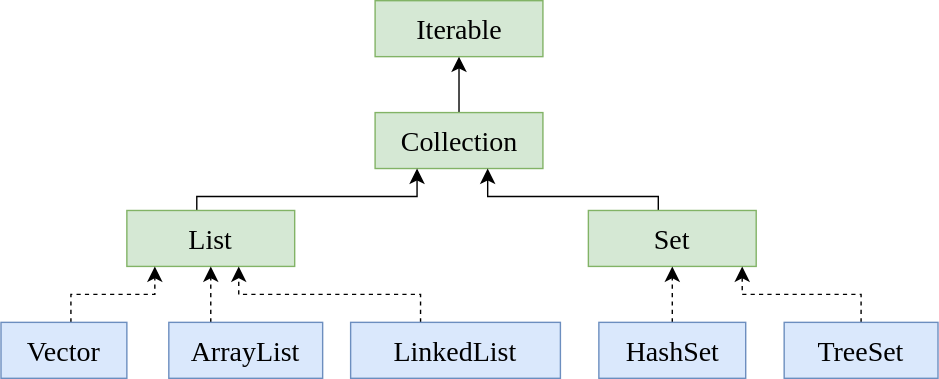
Before: drawio/ListMind.svg, a diagram exported from draw.io (Stolorzs/Picgo). Source tidied: cells renumbered, new cells last; positions are measured from the earlier drawing's top-left corner, leaving out a move shared by most shapes. The source it was exported from:
```xml
<mxGraphModel>
  <root>
    <mxCell id="0" />
    <mxCell id="1" parent="0" />
    <mxCell id="2" value="&lt;font face=&quot;Times New Roman&quot; style=&quot;font-size: 20px;&quot;&gt;Iterable&lt;/font&gt;" style="rounded=0;whiteSpace=wrap;html=1;fillColor=#d5e8d4;strokeColor=#82b366;fontStyle=0;fontSize=20;" parent="1" vertex="1">
      <mxGeometry x="267.5" width="120" height="40" as="geometry" />
    </mxCell>
    <mxCell id="3" style="edgeStyle=orthogonalEdgeStyle;rounded=0;jettySize=auto;html=1;entryX=0.5;entryY=1;entryDx=0;entryDy=0;fontSize=12;startSize=8;endSize=8;" parent="1" edge="1" source="4" target="2">
      <mxGeometry relative="1" as="geometry" />
    </mxCell>
    <mxCell id="4" value="&lt;font face=&quot;Times New Roman&quot; style=&quot;font-size: 20px;&quot;&gt;Collection&lt;/font&gt;" style="rounded=0;whiteSpace=wrap;html=1;fillColor=#d5e8d4;strokeColor=#82b366;fontStyle=0;fontSize=20;" parent="1" vertex="1">
      <mxGeometry x="267.5" y="80" width="120" height="40" as="geometry" />
    </mxCell>
    <mxCell id="5" style="edgeStyle=orthogonalEdgeStyle;rounded=0;jettySize=auto;html=1;fontSize=12;startSize=8;endSize=8;strokeColor=default;align=center;verticalAlign=middle;fontFamily=Helvetica;fontColor=default;labelBackgroundColor=default;endArrow=classic;entryX=0.25;entryY=1;entryDx=0;entryDy=0;" parent="1" edge="1" target="4">
      <mxGeometry relative="1" as="geometry">
        <mxPoint x="140" y="160" as="sourcePoint" />
        <Array as="points">
          <mxPoint x="140" y="140" />
          <mxPoint x="298" y="140" />
        </Array>
      </mxGeometry>
    </mxCell>
    <mxCell id="6" value="&lt;font face=&quot;Times New Roman&quot; style=&quot;font-size: 20px;&quot;&gt;List&lt;/font&gt;" style="rounded=0;whiteSpace=wrap;html=1;fillColor=#d5e8d4;strokeColor=#82b366;fontStyle=0;fontSize=20;" parent="1" vertex="1">
      <mxGeometry x="90" y="150" width="120" height="40" as="geometry" />
    </mxCell>
    <mxCell id="7" style="edgeStyle=orthogonalEdgeStyle;rounded=0;jettySize=auto;html=1;fontSize=12;startSize=8;endSize=8;" parent="1" edge="1" source="8" target="4">
      <mxGeometry relative="1" as="geometry">
        <Array as="points">
          <mxPoint x="470" y="140" />
          <mxPoint x="348" y="140" />
        </Array>
      </mxGeometry>
    </mxCell>
    <mxCell id="8" value="&lt;font face=&quot;Times New Roman&quot;&gt;Set&lt;/font&gt;" style="rounded=0;whiteSpace=wrap;html=1;fillColor=#d5e8d4;strokeColor=#82b366;fontStyle=0;fontSize=20;" parent="1" vertex="1">
      <mxGeometry x="420" y="150" width="120" height="40" as="geometry" />
    </mxCell>
    <mxCell id="9" style="edgeStyle=orthogonalEdgeStyle;rounded=0;jettySize=auto;html=1;fontSize=12;startSize=8;endSize=8;dashed=1;strokeColor=default;align=center;verticalAlign=middle;fontFamily=Helvetica;fontColor=default;labelBackgroundColor=default;endArrow=classic;" parent="1" edge="1" source="10">
      <mxGeometry relative="1" as="geometry">
        <mxPoint x="110" y="190" as="targetPoint" />
        <Array as="points">
          <mxPoint x="50" y="210" />
          <mxPoint x="110" y="210" />
          <mxPoint x="110" y="190" />
        </Array>
      </mxGeometry>
    </mxCell>
    <mxCell id="10" value="&lt;span style=&quot;font-family: &amp;quot;Times New Roman&amp;quot;;&quot;&gt;Vector&lt;/span&gt;" style="rounded=0;whiteSpace=wrap;html=1;fillColor=#dae8fc;strokeColor=#6c8ebf;fontStyle=0;fontSize=20;" parent="1" vertex="1">
      <mxGeometry y="230" width="90" height="40" as="geometry" />
    </mxCell>
    <mxCell id="11" style="edgeStyle=orthogonalEdgeStyle;rounded=0;jettySize=auto;html=1;fontSize=12;startSize=8;endSize=8;dashed=1;strokeColor=default;align=center;verticalAlign=middle;fontFamily=Helvetica;fontColor=default;labelBackgroundColor=default;endArrow=classic;" parent="1" edge="1" source="12" target="6">
      <mxGeometry relative="1" as="geometry">
        <Array as="points">
          <mxPoint x="150" y="220" />
          <mxPoint x="150" y="220" />
        </Array>
      </mxGeometry>
    </mxCell>
    <mxCell id="12" value="&lt;span style=&quot;font-family: &amp;quot;Times New Roman&amp;quot;;&quot;&gt;ArrayList&lt;/span&gt;" style="rounded=0;whiteSpace=wrap;html=1;fillColor=#dae8fc;strokeColor=#6c8ebf;fontStyle=0;fontSize=20;" parent="1" vertex="1">
      <mxGeometry x="120" y="230" width="110" height="40" as="geometry" />
    </mxCell>
    <mxCell id="13" style="edgeStyle=orthogonalEdgeStyle;rounded=0;jettySize=auto;html=1;fontSize=12;startSize=8;endSize=8;dashed=1;strokeColor=default;align=center;verticalAlign=middle;fontFamily=Helvetica;fontColor=default;labelBackgroundColor=default;endArrow=classic;" parent="1" edge="1" source="14">
      <mxGeometry relative="1" as="geometry">
        <mxPoint x="170" y="190" as="targetPoint" />
        <Array as="points">
          <mxPoint x="300" y="210" />
          <mxPoint x="170" y="210" />
          <mxPoint x="170" y="190" />
        </Array>
      </mxGeometry>
    </mxCell>
    <mxCell id="14" value="&lt;font face=&quot;Times New Roman&quot; style=&quot;font-size: 20px;&quot;&gt;LinkedList&lt;/font&gt;" style="rounded=0;whiteSpace=wrap;html=1;fillColor=#dae8fc;strokeColor=#6c8ebf;fontStyle=0;fontSize=20;" parent="1" vertex="1">
      <mxGeometry x="250" y="230" width="150" height="40" as="geometry" />
    </mxCell>
    <mxCell id="15" style="edgeStyle=orthogonalEdgeStyle;rounded=0;jettySize=auto;html=1;fontSize=12;startSize=8;endSize=8;dashed=1;strokeColor=default;align=center;verticalAlign=middle;fontFamily=Helvetica;fontColor=default;labelBackgroundColor=default;endArrow=classic;" parent="1" edge="1" source="16" target="8">
      <mxGeometry relative="1" as="geometry" />
    </mxCell>
    <mxCell id="16" value="&lt;font face=&quot;Times New Roman&quot; style=&quot;font-size: 20px;&quot;&gt;HashSet&lt;/font&gt;" style="rounded=0;whiteSpace=wrap;html=1;fillColor=#dae8fc;strokeColor=#6c8ebf;fontStyle=0;fontSize=20;" parent="1" vertex="1">
      <mxGeometry x="427.5" y="230" width="105" height="40" as="geometry" />
    </mxCell>
    <mxCell id="17" style="edgeStyle=orthogonalEdgeStyle;rounded=0;jettySize=auto;html=1;fontSize=12;startSize=8;endSize=8;dashed=1;strokeColor=default;align=center;verticalAlign=middle;fontFamily=Helvetica;fontColor=default;labelBackgroundColor=default;endArrow=classic;" parent="1" edge="1" source="18">
      <mxGeometry relative="1" as="geometry">
        <mxPoint x="530" y="190" as="targetPoint" />
        <Array as="points">
          <mxPoint x="615" y="210" />
          <mxPoint x="530" y="210" />
        </Array>
      </mxGeometry>
    </mxCell>
    <mxCell id="18" value="&lt;font face=&quot;Times New Roman&quot; style=&quot;font-size: 20px;&quot;&gt;TreeSet&lt;/font&gt;" style="rounded=0;whiteSpace=wrap;html=1;fillColor=#dae8fc;strokeColor=#6c8ebf;fontStyle=0;fontSize=20;" parent="1" vertex="1">
      <mxGeometry x="560" y="230" width="110" height="40" as="geometry" />
    </mxCell>
  </root>
</mxGraphModel>
```
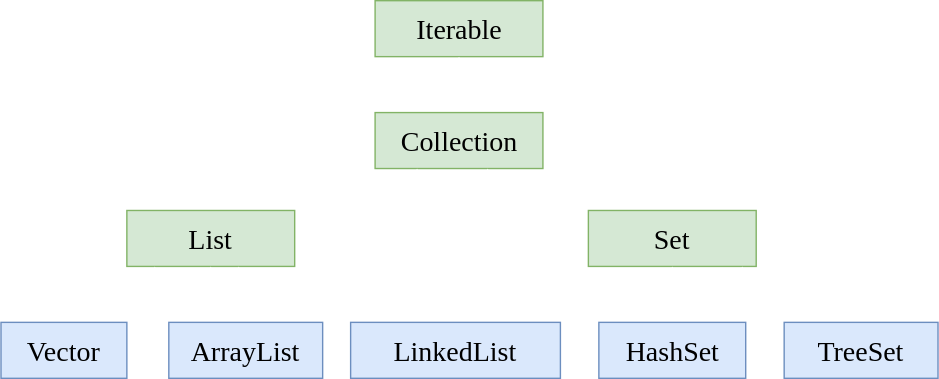
Above is the later version.

Diff of the diagram source:
```diff
@@ -5,13 +5,13 @@
     <mxCell id="2" value="&lt;font face=&quot;Times New Roman&quot; style=&quot;font-size: 20px;&quot;&gt;Iterable&lt;/font&gt;" style="rounded=0;whiteSpace=wrap;html=1;fillColor=#d5e8d4;strokeColor=#82b366;fontStyle=0;fontSize=20;" parent="1" vertex="1">
       <mxGeometry x="267.5" width="120" height="40" as="geometry" />
     </mxCell>
-    <mxCell id="3" style="edgeStyle=orthogonalEdgeStyle;rounded=0;jettySize=auto;html=1;entryX=0.5;entryY=1;entryDx=0;entryDy=0;fontSize=12;startSize=8;endSize=8;" parent="1" edge="1" source="4" target="2">
+    <mxCell id="3" style="edgeStyle=orthogonalEdgeStyle;rounded=0;jettySize=auto;html=1;entryX=0.5;entryY=1;entryDx=0;entryDy=0;fontSize=12;startSize=8;endSize=8;strokeColor=#FFFFFF;" parent="1" edge="1" source="4" target="2">
       <mxGeometry relative="1" as="geometry" />
     </mxCell>
     <mxCell id="4" value="&lt;font face=&quot;Times New Roman&quot; style=&quot;font-size: 20px;&quot;&gt;Collection&lt;/font&gt;" style="rounded=0;whiteSpace=wrap;html=1;fillColor=#d5e8d4;strokeColor=#82b366;fontStyle=0;fontSize=20;" parent="1" vertex="1">
       <mxGeometry x="267.5" y="80" width="120" height="40" as="geometry" />
     </mxCell>
-    <mxCell id="5" style="edgeStyle=orthogonalEdgeStyle;rounded=0;jettySize=auto;html=1;fontSize=12;startSize=8;endSize=8;strokeColor=default;align=center;verticalAlign=middle;fontFamily=Helvetica;fontColor=default;labelBackgroundColor=default;endArrow=classic;entryX=0.25;entryY=1;entryDx=0;entryDy=0;" parent="1" edge="1" target="4">
+    <mxCell id="5" style="edgeStyle=orthogonalEdgeStyle;rounded=0;jettySize=auto;html=1;fontSize=12;startSize=8;endSize=8;strokeColor=#FFFFFF;align=center;verticalAlign=middle;fontFamily=Helvetica;fontColor=default;labelBackgroundColor=default;endArrow=classic;entryX=0.25;entryY=1;entryDx=0;entryDy=0;" parent="1" edge="1" target="4">
       <mxGeometry relative="1" as="geometry">
         <mxPoint x="140" y="160" as="sourcePoint" />
         <Array as="points">
@@ -23,7 +23,7 @@
     <mxCell id="6" value="&lt;font face=&quot;Times New Roman&quot; style=&quot;font-size: 20px;&quot;&gt;List&lt;/font&gt;" style="rounded=0;whiteSpace=wrap;html=1;fillColor=#d5e8d4;strokeColor=#82b366;fontStyle=0;fontSize=20;" parent="1" vertex="1">
       <mxGeometry x="90" y="150" width="120" height="40" as="geometry" />
     </mxCell>
-    <mxCell id="7" style="edgeStyle=orthogonalEdgeStyle;rounded=0;jettySize=auto;html=1;fontSize=12;startSize=8;endSize=8;" parent="1" edge="1" source="8" target="4">
+    <mxCell id="7" style="edgeStyle=orthogonalEdgeStyle;rounded=0;jettySize=auto;html=1;fontSize=12;startSize=8;endSize=8;strokeColor=#FFFFFF;" parent="1" edge="1" source="8" target="4">
       <mxGeometry relative="1" as="geometry">
         <Array as="points">
           <mxPoint x="470" y="140" />
@@ -34,7 +34,7 @@
     <mxCell id="8" value="&lt;font face=&quot;Times New Roman&quot;&gt;Set&lt;/font&gt;" style="rounded=0;whiteSpace=wrap;html=1;fillColor=#d5e8d4;strokeColor=#82b366;fontStyle=0;fontSize=20;" parent="1" vertex="1">
       <mxGeometry x="420" y="150" width="120" height="40" as="geometry" />
     </mxCell>
-    <mxCell id="9" style="edgeStyle=orthogonalEdgeStyle;rounded=0;jettySize=auto;html=1;fontSize=12;startSize=8;endSize=8;dashed=1;strokeColor=default;align=center;verticalAlign=middle;fontFamily=Helvetica;fontColor=default;labelBackgroundColor=default;endArrow=classic;" parent="1" edge="1" source="10">
+    <mxCell id="9" style="edgeStyle=orthogonalEdgeStyle;rounded=0;jettySize=auto;html=1;fontSize=12;startSize=8;endSize=8;dashed=1;strokeColor=#FFFFFF;align=center;verticalAlign=middle;fontFamily=Helvetica;fontColor=default;labelBackgroundColor=default;endArrow=classic;" parent="1" edge="1" source="10">
       <mxGeometry relative="1" as="geometry">
         <mxPoint x="110" y="190" as="targetPoint" />
         <Array as="points">
@@ -47,7 +47,7 @@
     <mxCell id="10" value="&lt;span style=&quot;font-family: &amp;quot;Times New Roman&amp;quot;;&quot;&gt;Vector&lt;/span&gt;" style="rounded=0;whiteSpace=wrap;html=1;fillColor=#dae8fc;strokeColor=#6c8ebf;fontStyle=0;fontSize=20;" parent="1" vertex="1">
       <mxGeometry y="230" width="90" height="40" as="geometry" />
     </mxCell>
-    <mxCell id="11" style="edgeStyle=orthogonalEdgeStyle;rounded=0;jettySize=auto;html=1;fontSize=12;startSize=8;endSize=8;dashed=1;strokeColor=default;align=center;verticalAlign=middle;fontFamily=Helvetica;fontColor=default;labelBackgroundColor=default;endArrow=classic;" parent="1" edge="1" source="12" target="6">
+    <mxCell id="11" style="edgeStyle=orthogonalEdgeStyle;rounded=0;jettySize=auto;html=1;fontSize=12;startSize=8;endSize=8;dashed=1;strokeColor=#FFFFFF;align=center;verticalAlign=middle;fontFamily=Helvetica;fontColor=default;labelBackgroundColor=default;endArrow=classic;" parent="1" edge="1" source="12" target="6">
       <mxGeometry relative="1" as="geometry">
         <Array as="points">
           <mxPoint x="150" y="220" />
@@ -58,7 +58,7 @@
     <mxCell id="12" value="&lt;span style=&quot;font-family: &amp;quot;Times New Roman&amp;quot;;&quot;&gt;ArrayList&lt;/span&gt;" style="rounded=0;whiteSpace=wrap;html=1;fillColor=#dae8fc;strokeColor=#6c8ebf;fontStyle=0;fontSize=20;" parent="1" vertex="1">
       <mxGeometry x="120" y="230" width="110" height="40" as="geometry" />
     </mxCell>
-    <mxCell id="13" style="edgeStyle=orthogonalEdgeStyle;rounded=0;jettySize=auto;html=1;fontSize=12;startSize=8;endSize=8;dashed=1;strokeColor=default;align=center;verticalAlign=middle;fontFamily=Helvetica;fontColor=default;labelBackgroundColor=default;endArrow=classic;" parent="1" edge="1" source="14">
+    <mxCell id="13" style="edgeStyle=orthogonalEdgeStyle;rounded=0;jettySize=auto;html=1;fontSize=12;startSize=8;endSize=8;dashed=1;strokeColor=#FFFFFF;align=center;verticalAlign=middle;fontFamily=Helvetica;fontColor=default;labelBackgroundColor=default;endArrow=classic;" parent="1" edge="1" source="14">
       <mxGeometry relative="1" as="geometry">
         <mxPoint x="170" y="190" as="targetPoint" />
         <Array as="points">
@@ -71,13 +71,13 @@
     <mxCell id="14" value="&lt;font face=&quot;Times New Roman&quot; style=&quot;font-size: 20px;&quot;&gt;LinkedList&lt;/font&gt;" style="rounded=0;whiteSpace=wrap;html=1;fillColor=#dae8fc;strokeColor=#6c8ebf;fontStyle=0;fontSize=20;" parent="1" vertex="1">
       <mxGeometry x="250" y="230" width="150" height="40" as="geometry" />
     </mxCell>
-    <mxCell id="15" style="edgeStyle=orthogonalEdgeStyle;rounded=0;jettySize=auto;html=1;fontSize=12;startSize=8;endSize=8;dashed=1;strokeColor=default;align=center;verticalAlign=middle;fontFamily=Helvetica;fontColor=default;labelBackgroundColor=default;endArrow=classic;" parent="1" edge="1" source="16" target="8">
+    <mxCell id="15" style="edgeStyle=orthogonalEdgeStyle;rounded=0;jettySize=auto;html=1;fontSize=12;startSize=8;endSize=8;dashed=1;strokeColor=#FFFFFF;align=center;verticalAlign=middle;fontFamily=Helvetica;fontColor=default;labelBackgroundColor=default;endArrow=classic;" parent="1" edge="1" source="16" target="8">
       <mxGeometry relative="1" as="geometry" />
     </mxCell>
     <mxCell id="16" value="&lt;font face=&quot;Times New Roman&quot; style=&quot;font-size: 20px;&quot;&gt;HashSet&lt;/font&gt;" style="rounded=0;whiteSpace=wrap;html=1;fillColor=#dae8fc;strokeColor=#6c8ebf;fontStyle=0;fontSize=20;" parent="1" vertex="1">
       <mxGeometry x="427.5" y="230" width="105" height="40" as="geometry" />
     </mxCell>
-    <mxCell id="17" style="edgeStyle=orthogonalEdgeStyle;rounded=0;jettySize=auto;html=1;fontSize=12;startSize=8;endSize=8;dashed=1;strokeColor=default;align=center;verticalAlign=middle;fontFamily=Helvetica;fontColor=default;labelBackgroundColor=default;endArrow=classic;" parent="1" edge="1" source="18">
+    <mxCell id="17" style="edgeStyle=orthogonalEdgeStyle;rounded=0;jettySize=auto;html=1;fontSize=12;startSize=8;endSize=8;dashed=1;strokeColor=#FFFFFF;align=center;verticalAlign=middle;fontFamily=Helvetica;fontColor=default;labelBackgroundColor=default;endArrow=classic;" parent="1" edge="1" source="18">
       <mxGeometry relative="1" as="geometry">
         <mxPoint x="530" y="190" as="targetPoint" />
         <Array as="points">
```
